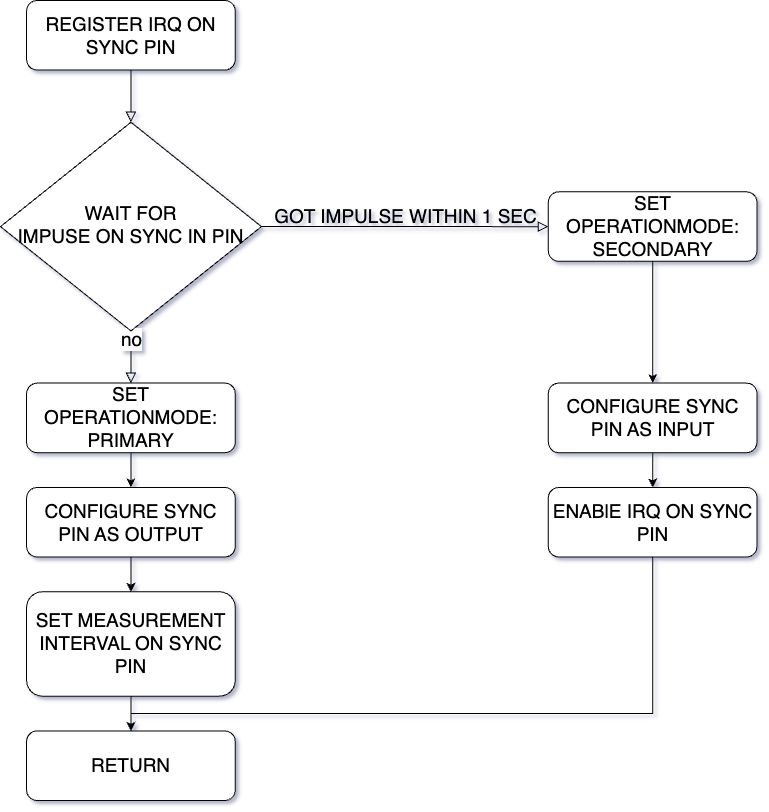
Earlier version of the draw.io export documentation/thesis/images/Unified_sensor_firmware_multi_sensor_synchronisation_procedure/Unified_sensor_firmware_multi_sensor_synchronisation_procedure.drawio.png (LFB-MRI/MagneticReadoutProcessing). Source tidied: cells renumbered, new cells last; positions are measured from the earlier drawing's top-left corner, leaving out a move shared by most shapes. Its diagram source:
```xml
<mxGraphModel>
  <root>
    <mxCell id="0" />
    <mxCell id="1" parent="0" />
    <mxCell id="2" style="group;fontSize=19;" parent="1" vertex="1">
      <mxGeometry width="756.5" height="800" as="geometry" />
    </mxCell>
    <mxCell id="3" value="REGISTER IRQ ON SYNC PIN" style="rounded=1;whiteSpace=wrap;html=1;fontSize=19;glass=0;strokeWidth=1;shadow=0;" parent="2" vertex="1">
      <mxGeometry x="26.1" width="208.7" height="69.6" as="geometry" />
    </mxCell>
    <mxCell id="4" style="rounded=0;html=1;jettySize=auto;fontSize=19;endArrow=block;endFill=0;endSize=8;strokeWidth=1;shadow=0;labelBackgroundColor=none;edgeStyle=orthogonalEdgeStyle;" parent="2" edge="1" source="6">
      <mxGeometry y="20" relative="1" as="geometry">
        <mxPoint x="130.4" y="382.6" as="targetPoint" />
      </mxGeometry>
    </mxCell>
    <mxCell id="5" value="no" style="edgeLabel;html=1;align=center;verticalAlign=middle;fontSize=19;" parent="4" vertex="1">
      <mxGeometry x="-0.72" relative="1" as="geometry" />
    </mxCell>
    <mxCell id="6" value="WAIT FOR&lt;br style=&quot;font-size: 19px;&quot;&gt;IMPUSE ON SYNC IN PIN" style="rhombus;whiteSpace=wrap;html=1;shadow=0;fontFamily=Helvetica;fontSize=19;align=center;strokeWidth=1;spacing=6;spacingTop=-4;" parent="2" vertex="1">
      <mxGeometry y="121.7" width="260.9" height="208.7" as="geometry" />
    </mxCell>
    <mxCell id="7" style="rounded=0;html=1;jettySize=auto;fontSize=19;endArrow=block;endFill=0;endSize=8;strokeWidth=1;shadow=0;labelBackgroundColor=none;edgeStyle=orthogonalEdgeStyle;" parent="2" edge="1" source="3" target="6">
      <mxGeometry relative="1" as="geometry" />
    </mxCell>
    <mxCell id="8" value="SET OPERATIONMODE:&lt;br style=&quot;font-size: 19px;&quot;&gt;SECONDARY" style="rounded=1;whiteSpace=wrap;html=1;fontSize=19;glass=0;strokeWidth=1;shadow=0;" parent="2" vertex="1">
      <mxGeometry x="547.8" y="191.3" width="208.7" height="69.6" as="geometry" />
    </mxCell>
    <mxCell id="9" value="GOT IMPULSE WITHIN 1 SEC" style="edgeStyle=orthogonalEdgeStyle;rounded=0;html=1;jettySize=auto;fontSize=19;endArrow=block;endFill=0;endSize=8;strokeWidth=1;shadow=0;labelBackgroundColor=none;" parent="2" edge="1" source="6" target="8">
      <mxGeometry y="10" relative="1" as="geometry" />
    </mxCell>
    <mxCell id="10" value="RETURN" style="rounded=1;whiteSpace=wrap;html=1;fontSize=19;glass=0;strokeWidth=1;shadow=0;" parent="2" vertex="1">
      <mxGeometry x="26.1" y="730.4" width="208.7" height="69.6" as="geometry" />
    </mxCell>
    <mxCell id="11" value="SET OPERATIONMODE:&lt;br style=&quot;font-size: 19px;&quot;&gt;PRIMARY" style="rounded=1;whiteSpace=wrap;html=1;fontSize=19;glass=0;strokeWidth=1;shadow=0;" parent="2" vertex="1">
      <mxGeometry x="26.1" y="382.6" width="208.7" height="69.6" as="geometry" />
    </mxCell>
    <mxCell id="12" style="edgeStyle=orthogonalEdgeStyle;rounded=0;jettySize=auto;html=1;exitX=0.5;exitY=1;exitDx=0;exitDy=0;entryX=0.5;entryY=0;entryDx=0;entryDy=0;fontSize=19;" parent="2" edge="1" source="13" target="10">
      <mxGeometry relative="1" as="geometry">
        <Array as="points">
          <mxPoint x="652.2" y="713" />
          <mxPoint x="130.4" y="713" />
        </Array>
      </mxGeometry>
    </mxCell>
    <mxCell id="13" value="ENABlE IRQ ON SYNC PIN" style="rounded=1;whiteSpace=wrap;html=1;fontSize=19;glass=0;strokeWidth=1;shadow=0;" parent="2" vertex="1">
      <mxGeometry x="547.8" y="487" width="208.7" height="69.6" as="geometry" />
    </mxCell>
    <mxCell id="14" value="CONFIGURE SYNC PIN AS OUTPUT" style="rounded=1;whiteSpace=wrap;html=1;fontSize=19;glass=0;strokeWidth=1;shadow=0;" parent="2" vertex="1">
      <mxGeometry x="26.1" y="487" width="208.7" height="69.6" as="geometry" />
    </mxCell>
    <mxCell id="15" style="edgeStyle=orthogonalEdgeStyle;rounded=0;jettySize=auto;html=1;exitX=0.5;exitY=1;exitDx=0;exitDy=0;entryX=0.5;entryY=0;entryDx=0;entryDy=0;fontSize=19;" parent="2" edge="1" source="11" target="14">
      <mxGeometry relative="1" as="geometry" />
    </mxCell>
    <mxCell id="16" style="edgeStyle=orthogonalEdgeStyle;rounded=0;jettySize=auto;html=1;exitX=0.5;exitY=1;exitDx=0;exitDy=0;entryX=0.5;entryY=0;entryDx=0;entryDy=0;fontSize=19;" parent="2" edge="1" source="17" target="10">
      <mxGeometry relative="1" as="geometry" />
    </mxCell>
    <mxCell id="17" value="SET MEASUREMENT INTERVAL ON SYNC PIN" style="rounded=1;whiteSpace=wrap;html=1;fontSize=19;glass=0;strokeWidth=1;shadow=0;" parent="2" vertex="1">
      <mxGeometry x="26.1" y="591.3" width="208.7" height="104.3" as="geometry" />
    </mxCell>
    <mxCell id="18" style="edgeStyle=orthogonalEdgeStyle;rounded=0;jettySize=auto;html=1;exitX=0.5;exitY=1;exitDx=0;exitDy=0;entryX=0.5;entryY=0;entryDx=0;entryDy=0;fontSize=19;" parent="2" edge="1" source="14" target="17">
      <mxGeometry relative="1" as="geometry" />
    </mxCell>
    <mxCell id="19" style="edgeStyle=orthogonalEdgeStyle;rounded=0;jettySize=auto;html=1;exitX=0.5;exitY=1;exitDx=0;exitDy=0;entryX=0.5;entryY=0;entryDx=0;entryDy=0;fontSize=19;" parent="2" edge="1" source="20" target="13">
      <mxGeometry relative="1" as="geometry" />
    </mxCell>
    <mxCell id="20" value="CONFIGURE SYNC PIN AS INPUT" style="rounded=1;whiteSpace=wrap;html=1;fontSize=19;glass=0;strokeWidth=1;shadow=0;" parent="2" vertex="1">
      <mxGeometry x="547.8" y="382.6" width="208.7" height="69.6" as="geometry" />
    </mxCell>
    <mxCell id="21" style="edgeStyle=orthogonalEdgeStyle;rounded=0;jettySize=auto;html=1;exitX=0.5;exitY=1;exitDx=0;exitDy=0;entryX=0.5;entryY=0;entryDx=0;entryDy=0;fontSize=19;" parent="2" edge="1" source="8" target="20">
      <mxGeometry relative="1" as="geometry" />
    </mxCell>
  </root>
</mxGraphModel>
```
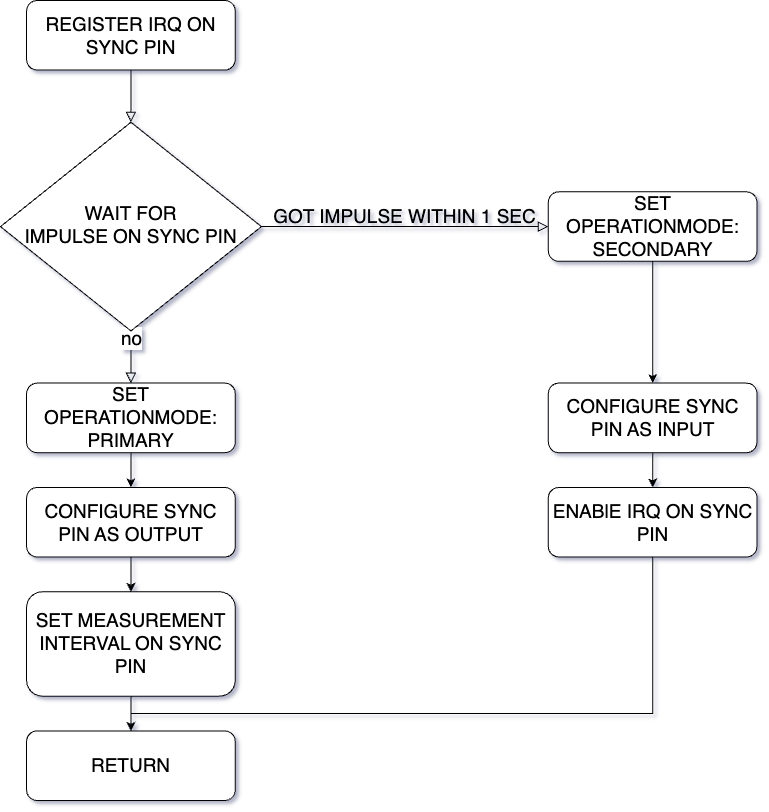
Later version of the same file.

Change to the diagram source:
```diff
@@ -16,7 +16,7 @@
     <mxCell id="5" value="no" style="edgeLabel;html=1;align=center;verticalAlign=middle;fontSize=19;" parent="4" vertex="1">
       <mxGeometry x="-0.72" relative="1" as="geometry" />
     </mxCell>
-    <mxCell id="6" value="WAIT FOR&lt;br style=&quot;font-size: 19px;&quot;&gt;IMPUSE ON SYNC IN PIN" style="rhombus;whiteSpace=wrap;html=1;shadow=0;fontFamily=Helvetica;fontSize=19;align=center;strokeWidth=1;spacing=6;spacingTop=-4;" parent="2" vertex="1">
+    <mxCell id="6" value="WAIT FOR&lt;br style=&quot;font-size: 19px;&quot;&gt;IMPULSE ON SYNC PIN" style="rhombus;whiteSpace=wrap;html=1;shadow=0;fontFamily=Helvetica;fontSize=19;align=center;strokeWidth=1;spacing=6;spacingTop=-4;" parent="2" vertex="1">
       <mxGeometry y="121.7" width="260.9" height="208.7" as="geometry" />
     </mxCell>
     <mxCell id="7" style="rounded=0;html=1;jettySize=auto;fontSize=19;endArrow=block;endFill=0;endSize=8;strokeWidth=1;shadow=0;labelBackgroundColor=none;edgeStyle=orthogonalEdgeStyle;" parent="2" edge="1" source="3" target="6">
```
